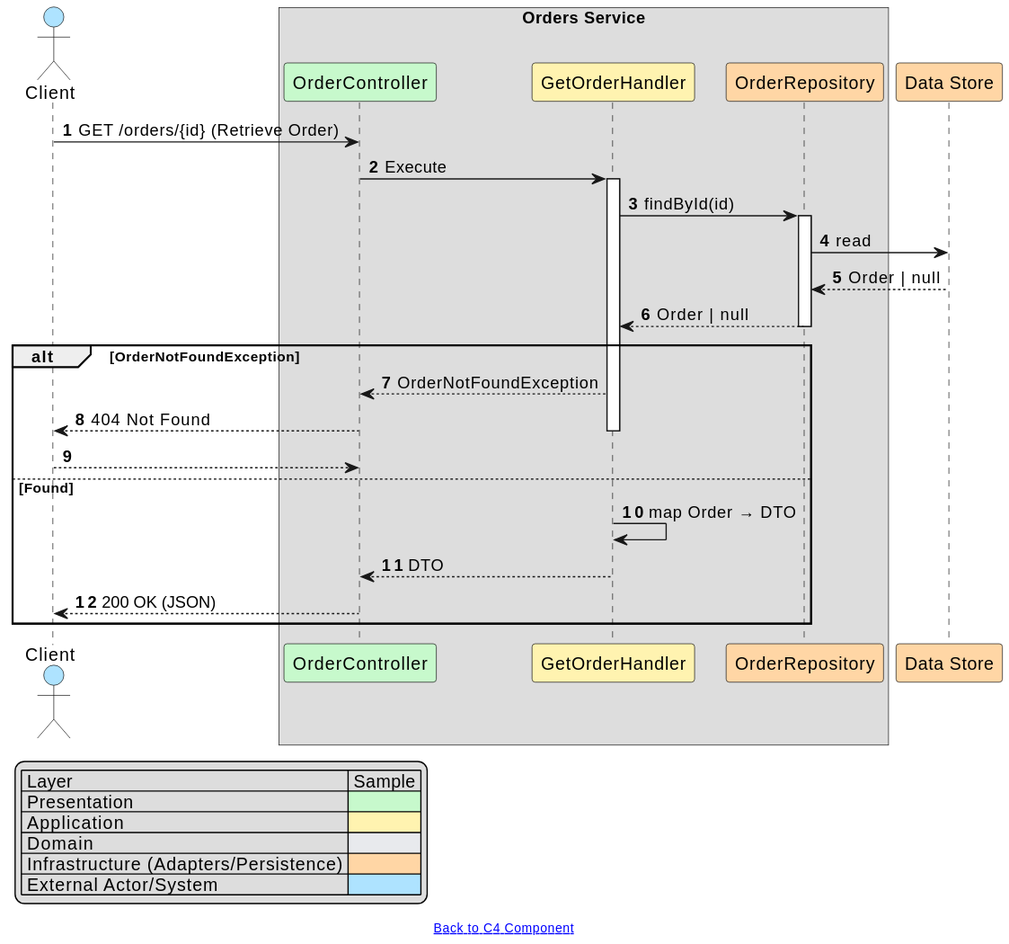
Before: docs/sequence-get-order.svg, a diagram exported from PlantUML (mundiir/meetup-2025-orders-service).
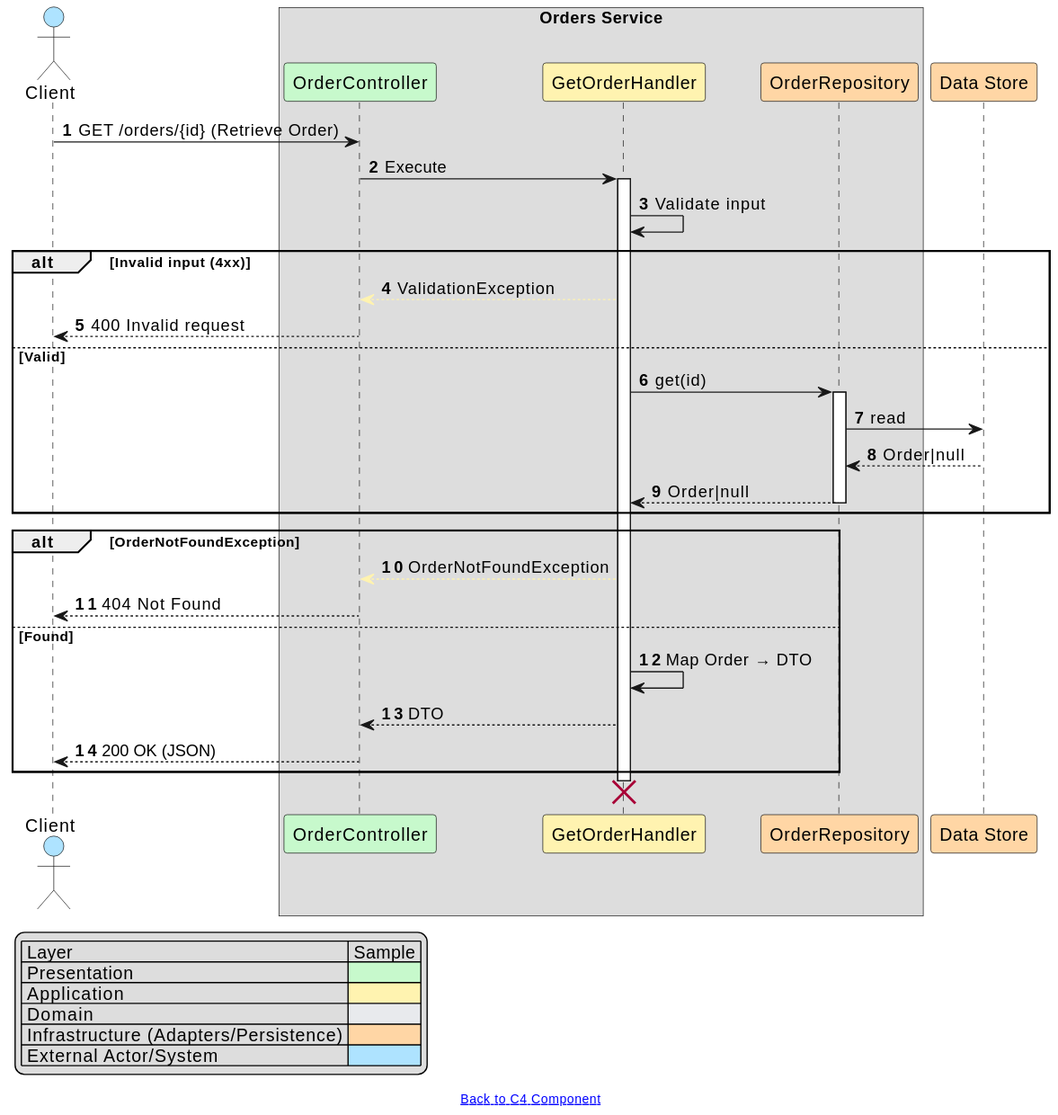
Above is the later version.

The edit, as a diff of the source:
```diff
@@ -15,26 +15,29 @@
 OrderController -> GetOrderHandler: Execute
 activate GetOrderHandler
 
-GetOrderHandler -> OrderRepository: findById(id)
-activate OrderRepository
-OrderRepository -> DataStore: read
-DataStore --> OrderRepository: Order | null
-OrderRepository --> GetOrderHandler: Order | null
-deactivate OrderRepository
+GetOrderHandler -> GetOrderHandler: Validate input
+alt Invalid input (4xx)
+  GetOrderHandler -[#FFF3B0]-> OrderController: ValidationException
+  OrderController --> Client: 400 Invalid request
+else Valid
+  GetOrderHandler -> OrderRepository: get(id)
+  activate OrderRepository
+  OrderRepository -> DataStore: read
+  DataStore --> OrderRepository: Order|null
+  OrderRepository --> GetOrderHandler: Order|null
+  deactivate OrderRepository
+end
 
 alt OrderNotFoundException
-  GetOrderHandler --> OrderController: OrderNotFoundException
+  GetOrderHandler -[#FFF3B0]-> OrderController: OrderNotFoundException
   OrderController --> Client: 404 Not Found
-  deactivate GetOrderHandler
-  return
 else Found
-  GetOrderHandler -> GetOrderHandler: map Order → DTO
+  GetOrderHandler -> GetOrderHandler: Map Order → DTO
   GetOrderHandler --> OrderController: DTO
-  deactivate GetOrderHandler
   OrderController --> Client: 200 OK (JSON)
 end
 
-autonumber stop
+destroy GetOrderHandler
 
 legend left
   | Layer | Sample |
```
